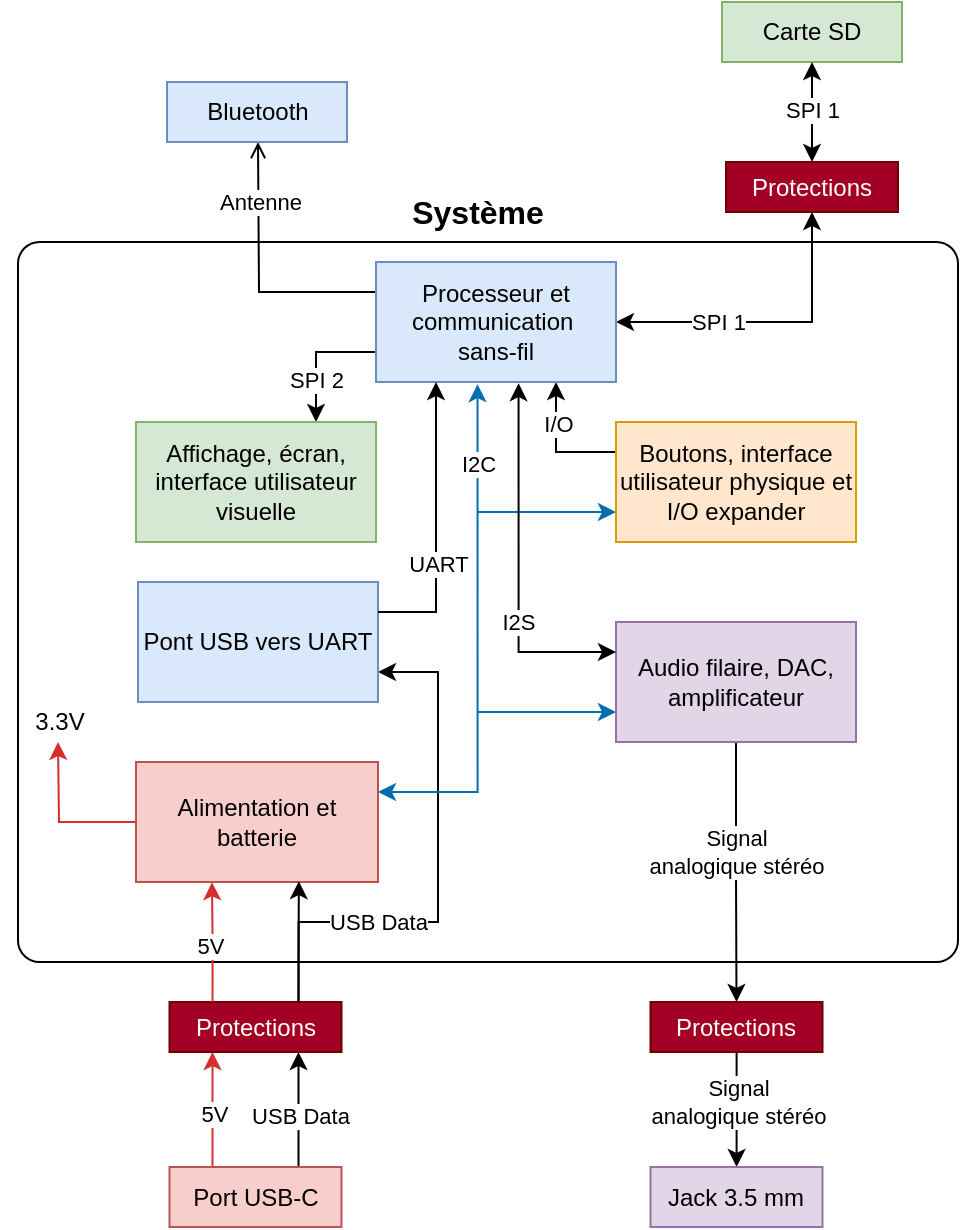
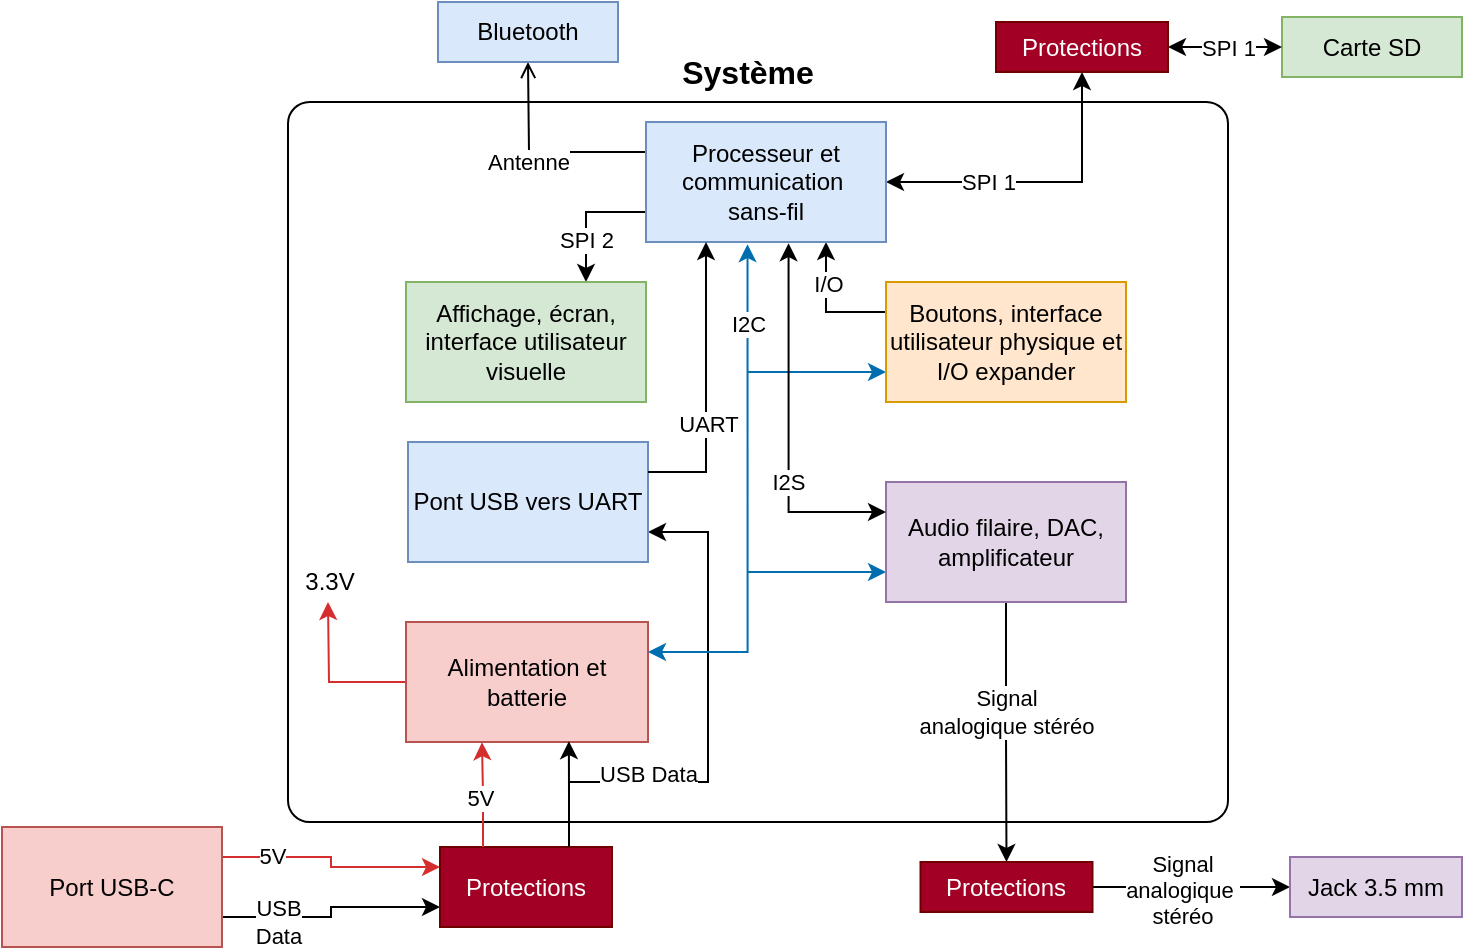
<mxfile host="app.diagrams.net" agent="Mozilla/5.0 (Windows NT 10.0; Win64; x64; rv:148.0) Gecko/20100101 Firefox/148.0">
  <diagram name="Page-1" id="Mp4qxl4u3dfNtDBe53xb">
    <mxGraphModel dx="1539" dy="701" grid="1" gridSize="10" guides="1" tooltips="1" connect="1" arrows="1" fold="1" page="1" pageScale="1" pageWidth="827" pageHeight="1169" math="0" shadow="0">
      <root>
        <mxCell id="0" />
        <mxCell id="1" parent="0" />
        <mxCell id="InfD0HFL66ZjcEA0G4re-41" parent="1" style="rounded=1;whiteSpace=wrap;html=1;arcSize=3;" value="" vertex="1">
          <mxGeometry height="360" width="470" x="183" y="340" as="geometry" />
        </mxCell>
-         <mxCell id="InfD0HFL66ZjcEA0G4re-17" edge="1" parent="1" source="mWaRPkYXV2c9awh6F8o4-3" style="edgeStyle=orthogonalEdgeStyle;rounded=0;orthogonalLoop=1;jettySize=auto;html=1;exitX=0.25;exitY=0;exitDx=0;exitDy=0;entryX=0.25;entryY=1;entryDx=0;entryDy=0;strokeColor=#D52E2E;" target="mWaRPkYXV2c9awh6F8o4-29">
+         <mxCell id="zYMX3MGjl0S8vz_TeQ27-14" edge="1" parent="1" source="mWaRPkYXV2c9awh6F8o4-3" style="edgeStyle=orthogonalEdgeStyle;rounded=0;orthogonalLoop=1;jettySize=auto;html=1;exitX=1;exitY=0.25;exitDx=0;exitDy=0;entryX=0;entryY=0.25;entryDx=0;entryDy=0;fillColor=#f8cecc;strokeColor=#D52E2E;" target="mWaRPkYXV2c9awh6F8o4-29">
          <mxGeometry relative="1" as="geometry" />
        </mxCell>
-         <mxCell id="InfD0HFL66ZjcEA0G4re-34" connectable="0" parent="InfD0HFL66ZjcEA0G4re-17" style="edgeLabel;html=1;align=center;verticalAlign=middle;resizable=0;points=[];" value="5V" vertex="1">
-           <mxGeometry relative="1" x="-0.073" y="-3" as="geometry">
-             <mxPoint x="-3" as="offset" />
+         <mxCell id="zYMX3MGjl0S8vz_TeQ27-16" connectable="0" parent="zYMX3MGjl0S8vz_TeQ27-14" style="edgeLabel;html=1;align=center;verticalAlign=middle;resizable=0;points=[];" value="5V" vertex="1">
+           <mxGeometry relative="1" x="-0.6169" y="-2" as="geometry">
+             <mxPoint x="3" y="-3" as="offset" />
          </mxGeometry>
        </mxCell>
-         <mxCell id="InfD0HFL66ZjcEA0G4re-18" edge="1" parent="1" source="mWaRPkYXV2c9awh6F8o4-3" style="edgeStyle=orthogonalEdgeStyle;rounded=0;orthogonalLoop=1;jettySize=auto;html=1;exitX=0.75;exitY=0;exitDx=0;exitDy=0;entryX=0.75;entryY=1;entryDx=0;entryDy=0;strokeColor=#000000;" target="mWaRPkYXV2c9awh6F8o4-29">
+         <mxCell id="zYMX3MGjl0S8vz_TeQ27-15" edge="1" parent="1" source="mWaRPkYXV2c9awh6F8o4-3" style="edgeStyle=orthogonalEdgeStyle;rounded=0;orthogonalLoop=1;jettySize=auto;html=1;exitX=1;exitY=0.75;exitDx=0;exitDy=0;entryX=0;entryY=0.75;entryDx=0;entryDy=0;" target="mWaRPkYXV2c9awh6F8o4-29">
          <mxGeometry relative="1" as="geometry" />
        </mxCell>
-         <mxCell id="InfD0HFL66ZjcEA0G4re-36" connectable="0" parent="InfD0HFL66ZjcEA0G4re-18" style="edgeLabel;html=1;align=center;verticalAlign=middle;resizable=0;points=[];" value="&lt;div&gt;USB Data&lt;/div&gt;" vertex="1">
-           <mxGeometry relative="1" x="-0.0896" as="geometry">
+         <mxCell id="zYMX3MGjl0S8vz_TeQ27-17" connectable="0" parent="zYMX3MGjl0S8vz_TeQ27-15" style="edgeLabel;html=1;align=center;verticalAlign=middle;resizable=0;points=[];" value="&lt;div&gt;USB&lt;/div&gt;&lt;div&gt;Data&lt;/div&gt;" vertex="1">
+           <mxGeometry relative="1" x="-0.505" y="-2" as="geometry">
            <mxPoint as="offset" />
          </mxGeometry>
        </mxCell>
        <mxCell id="mWaRPkYXV2c9awh6F8o4-3" parent="1" style="rounded=0;whiteSpace=wrap;html=1;fillColor=#f8cecc;strokeColor=#b85450;" value="Port USB-C" vertex="1">
-           <mxGeometry height="30" width="86" x="258.75" y="802.5" as="geometry" />
+           <mxGeometry height="60" width="110" x="40" y="702.5" as="geometry" />
        </mxCell>
        <mxCell id="InfD0HFL66ZjcEA0G4re-30" edge="1" parent="1" source="mWaRPkYXV2c9awh6F8o4-9" style="edgeStyle=orthogonalEdgeStyle;rounded=0;orthogonalLoop=1;jettySize=auto;html=1;exitX=0;exitY=0.5;exitDx=0;exitDy=0;strokeColor=#D52E2E;">
          <mxGeometry relative="1" as="geometry">
            <mxPoint x="203" y="590" as="targetPoint" />
          </mxGeometry>
        </mxCell>
        <mxCell id="mWaRPkYXV2c9awh6F8o4-9" parent="1" style="rounded=0;whiteSpace=wrap;html=1;fillColor=#f8cecc;strokeColor=#b85450;" value="Alimentation et batterie" vertex="1">
          <mxGeometry height="60" width="121" x="242" y="600" as="geometry" />
        </mxCell>
        <mxCell id="mWaRPkYXV2c9awh6F8o4-10" edge="1" parent="1" source="mWaRPkYXV2c9awh6F8o4-17" style="edgeStyle=orthogonalEdgeStyle;rounded=0;orthogonalLoop=1;jettySize=auto;html=1;exitX=0;exitY=0.25;exitDx=0;exitDy=0;endArrow=open;endFill=0;">
          <mxGeometry relative="1" as="geometry">
-             <mxPoint x="303" y="290" as="targetPoint" />
+             <mxPoint x="303" y="320" as="targetPoint" />
          </mxGeometry>
        </mxCell>
        <mxCell id="mWaRPkYXV2c9awh6F8o4-11" connectable="0" parent="mWaRPkYXV2c9awh6F8o4-10" style="edgeLabel;html=1;align=center;verticalAlign=middle;resizable=0;points=[];" value="&lt;div&gt;Antenne&lt;/div&gt;" vertex="1">
          <mxGeometry relative="1" x="0.3241" y="1" as="geometry">
-             <mxPoint x="1" y="-15" as="offset" />
+             <mxPoint y="15" as="offset" />
          </mxGeometry>
        </mxCell>
        <mxCell id="mWaRPkYXV2c9awh6F8o4-14" edge="1" parent="1" source="mWaRPkYXV2c9awh6F8o4-17" style="edgeStyle=orthogonalEdgeStyle;rounded=0;orthogonalLoop=1;jettySize=auto;html=1;exitX=0.75;exitY=1;exitDx=0;exitDy=0;entryX=0;entryY=0.25;entryDx=0;entryDy=0;startArrow=classic;startFill=1;endArrow=none;endFill=0;" target="mWaRPkYXV2c9awh6F8o4-19">
          <mxGeometry relative="1" as="geometry" />
        </mxCell>
        <mxCell id="InfD0HFL66ZjcEA0G4re-4" connectable="0" parent="mWaRPkYXV2c9awh6F8o4-14" style="edgeLabel;html=1;align=center;verticalAlign=middle;resizable=0;points=[];" value="I/O" vertex="1">
          <mxGeometry relative="1" x="-0.3549" y="1" as="geometry">
            <mxPoint as="offset" />
          </mxGeometry>
        </mxCell>
        <mxCell id="mWaRPkYXV2c9awh6F8o4-16" edge="1" parent="1" source="mWaRPkYXV2c9awh6F8o4-17" style="edgeStyle=orthogonalEdgeStyle;rounded=0;orthogonalLoop=1;jettySize=auto;html=1;exitX=1;exitY=0.5;exitDx=0;exitDy=0;entryX=0.5;entryY=1;entryDx=0;entryDy=0;strokeColor=#000000;startArrow=classic;startFill=1;" target="mWaRPkYXV2c9awh6F8o4-31">
          <mxGeometry relative="1" as="geometry" />
        </mxCell>
        <mxCell id="InfD0HFL66ZjcEA0G4re-1" connectable="0" parent="mWaRPkYXV2c9awh6F8o4-16" style="edgeLabel;html=1;align=center;verticalAlign=middle;resizable=0;points=[];" value="SPI 1" vertex="1">
          <mxGeometry relative="1" x="0.3219" y="2" as="geometry">
            <mxPoint x="-45" y="3" as="offset" />
          </mxGeometry>
        </mxCell>
        <mxCell id="InfD0HFL66ZjcEA0G4re-27" edge="1" parent="1" source="mWaRPkYXV2c9awh6F8o4-17" style="edgeStyle=orthogonalEdgeStyle;rounded=0;orthogonalLoop=1;jettySize=auto;html=1;exitX=0;exitY=0.75;exitDx=0;exitDy=0;entryX=0.75;entryY=0;entryDx=0;entryDy=0;" target="mWaRPkYXV2c9awh6F8o4-18">
          <mxGeometry relative="1" as="geometry" />
        </mxCell>
        <mxCell id="InfD0HFL66ZjcEA0G4re-28" connectable="0" parent="InfD0HFL66ZjcEA0G4re-27" style="edgeLabel;html=1;align=center;verticalAlign=middle;resizable=0;points=[];" value="SPI 2" vertex="1">
          <mxGeometry relative="1" x="0.3448" as="geometry">
            <mxPoint as="offset" />
          </mxGeometry>
        </mxCell>
        <mxCell id="mWaRPkYXV2c9awh6F8o4-17" parent="1" style="rounded=0;whiteSpace=wrap;html=1;fillColor=#dae8fc;strokeColor=#6c8ebf;" value="&lt;div&gt;Processeur et communication&amp;nbsp;&lt;/div&gt;&lt;div&gt;sans-fil&lt;/div&gt;" vertex="1">
          <mxGeometry height="60" width="120" x="362" y="350" as="geometry" />
        </mxCell>
        <mxCell id="mWaRPkYXV2c9awh6F8o4-18" parent="1" style="rounded=0;whiteSpace=wrap;html=1;fillColor=#d5e8d4;strokeColor=#82b366;" value="Affichage, écran, interface utilisateur visuelle" vertex="1">
          <mxGeometry height="60" width="120" x="242" y="430" as="geometry" />
        </mxCell>
        <mxCell id="zYMX3MGjl0S8vz_TeQ27-9" edge="1" parent="1" source="mWaRPkYXV2c9awh6F8o4-19" style="edgeStyle=orthogonalEdgeStyle;rounded=0;orthogonalLoop=1;jettySize=auto;html=1;exitX=0;exitY=0.75;exitDx=0;exitDy=0;startArrow=classic;startFill=1;endArrow=none;endFill=0;fillColor=#1ba1e2;strokeColor=#006EAF;">
          <mxGeometry relative="1" as="geometry">
            <mxPoint x="413" y="475" as="targetPoint" />
          </mxGeometry>
        </mxCell>
        <mxCell id="mWaRPkYXV2c9awh6F8o4-19" parent="1" style="rounded=0;whiteSpace=wrap;html=1;fillColor=#ffe6cc;strokeColor=#d79b00;" value="Boutons, interface utilisateur physique et I/O expander" vertex="1">
          <mxGeometry height="60" width="120" x="482" y="430" as="geometry" />
        </mxCell>
        <mxCell id="InfD0HFL66ZjcEA0G4re-32" edge="1" parent="1" source="mWaRPkYXV2c9awh6F8o4-22" style="edgeStyle=orthogonalEdgeStyle;rounded=0;orthogonalLoop=1;jettySize=auto;html=1;exitX=0.5;exitY=1;exitDx=0;exitDy=0;entryX=0.5;entryY=0;entryDx=0;entryDy=0;" target="mWaRPkYXV2c9awh6F8o4-33">
          <mxGeometry relative="1" as="geometry" />
        </mxCell>
        <mxCell id="InfD0HFL66ZjcEA0G4re-33" connectable="0" parent="InfD0HFL66ZjcEA0G4re-32" style="edgeLabel;html=1;align=center;verticalAlign=middle;resizable=0;points=[];" value="&lt;div&gt;Signal&lt;/div&gt;&lt;div&gt;analogique stéréo&lt;/div&gt;" vertex="1">
          <mxGeometry relative="1" x="-0.0581" as="geometry">
            <mxPoint y="-7" as="offset" />
          </mxGeometry>
        </mxCell>
        <mxCell id="zYMX3MGjl0S8vz_TeQ27-4" edge="1" parent="1" source="mWaRPkYXV2c9awh6F8o4-22" style="edgeStyle=orthogonalEdgeStyle;rounded=0;orthogonalLoop=1;jettySize=auto;html=1;exitX=0;exitY=0.75;exitDx=0;exitDy=0;endArrow=none;endFill=0;startArrow=classic;startFill=1;fillColor=#1ba1e2;strokeColor=#006EAF;">
          <mxGeometry relative="1" as="geometry">
            <mxPoint x="413" y="575" as="targetPoint" />
          </mxGeometry>
        </mxCell>
        <mxCell id="mWaRPkYXV2c9awh6F8o4-22" parent="1" style="rounded=0;whiteSpace=wrap;html=1;fillColor=#e1d5e7;strokeColor=#9673a6;" value="Audio filaire, DAC, amplificateur" vertex="1">
          <mxGeometry height="60" width="120" x="482" y="530" as="geometry" />
        </mxCell>
        <mxCell id="mWaRPkYXV2c9awh6F8o4-23" parent="1" style="rounded=0;whiteSpace=wrap;html=1;fillColor=#d5e8d4;strokeColor=#82b366;" value="Carte SD" vertex="1">
-           <mxGeometry height="30" width="90" x="535" y="220" as="geometry" />
+           <mxGeometry height="30" width="90" x="680" y="297.5" as="geometry" />
        </mxCell>
        <mxCell id="InfD0HFL66ZjcEA0G4re-22" edge="1" parent="1" source="mWaRPkYXV2c9awh6F8o4-29" style="edgeStyle=orthogonalEdgeStyle;rounded=0;orthogonalLoop=1;jettySize=auto;html=1;exitX=0.75;exitY=0;exitDx=0;exitDy=0;entryX=1;entryY=0.75;entryDx=0;entryDy=0;strokeColor=#000000;" target="InfD0HFL66ZjcEA0G4re-16">
          <mxGeometry relative="1" as="geometry">
            <Array as="points">
              <mxPoint x="323" y="680" />
              <mxPoint x="393" y="680" />
              <mxPoint x="393" y="555" />
            </Array>
          </mxGeometry>
        </mxCell>
        <mxCell id="InfD0HFL66ZjcEA0G4re-37" connectable="0" parent="InfD0HFL66ZjcEA0G4re-22" style="edgeLabel;html=1;align=center;verticalAlign=middle;resizable=0;points=[];" value="&lt;div&gt;USB Data&lt;/div&gt;" vertex="1">
          <mxGeometry relative="1" x="-0.0447" y="-1" as="geometry">
            <mxPoint x="-31" y="17" as="offset" />
          </mxGeometry>
        </mxCell>
        <mxCell id="mWaRPkYXV2c9awh6F8o4-29" parent="1" style="rounded=0;whiteSpace=wrap;html=1;fillColor=#a20025;fontColor=#ffffff;strokeColor=#6F0000;" value="Protections" vertex="1">
-           <mxGeometry height="25" width="86" x="258.75" y="720" as="geometry" />
+           <mxGeometry height="40" width="86" x="259" y="712.5" as="geometry" />
        </mxCell>
        <mxCell id="InfD0HFL66ZjcEA0G4re-42" edge="1" parent="1" source="mWaRPkYXV2c9awh6F8o4-31" style="edgeStyle=orthogonalEdgeStyle;rounded=0;orthogonalLoop=1;jettySize=auto;html=1;startArrow=classic;startFill=1;" target="mWaRPkYXV2c9awh6F8o4-23" value="">
          <mxGeometry relative="1" as="geometry" />
        </mxCell>
        <mxCell id="InfD0HFL66ZjcEA0G4re-43" connectable="0" parent="InfD0HFL66ZjcEA0G4re-42" style="edgeLabel;html=1;align=center;verticalAlign=middle;resizable=0;points=[];" value="SPI 1" vertex="1">
          <mxGeometry relative="1" x="0.4232" y="1" as="geometry">
-             <mxPoint x="1" y="9" as="offset" />
+             <mxPoint x="-11" y="1" as="offset" />
          </mxGeometry>
        </mxCell>
        <mxCell id="mWaRPkYXV2c9awh6F8o4-31" parent="1" style="rounded=0;whiteSpace=wrap;html=1;fillColor=#a20025;fontColor=#ffffff;strokeColor=#6F0000;" value="Protections" vertex="1">
          <mxGeometry height="25" width="86" x="537" y="300" as="geometry" />
        </mxCell>
-         <mxCell id="mWaRPkYXV2c9awh6F8o4-32" edge="1" parent="1" source="mWaRPkYXV2c9awh6F8o4-33" style="edgeStyle=orthogonalEdgeStyle;rounded=0;orthogonalLoop=1;jettySize=auto;html=1;fillColor=#d80073;strokeColor=#000000;" target="mWaRPkYXV2c9awh6F8o4-34" value="">
-           <mxGeometry relative="1" as="geometry">
-             <Array as="points">
-               <mxPoint x="542.25" y="752.5" />
-               <mxPoint x="542.25" y="752.5" />
-             </Array>
-           </mxGeometry>
+         <mxCell id="zYMX3MGjl0S8vz_TeQ27-18" edge="1" parent="1" source="mWaRPkYXV2c9awh6F8o4-33" style="edgeStyle=orthogonalEdgeStyle;rounded=0;orthogonalLoop=1;jettySize=auto;html=1;" target="mWaRPkYXV2c9awh6F8o4-34" value="">
+           <mxGeometry relative="1" as="geometry" />
        </mxCell>
-         <mxCell id="InfD0HFL66ZjcEA0G4re-8" connectable="0" parent="mWaRPkYXV2c9awh6F8o4-32" style="edgeLabel;html=1;align=center;verticalAlign=middle;resizable=0;points=[];" value="&lt;div&gt;Signal&lt;/div&gt;&lt;div&gt;analogique stéréo&lt;/div&gt;" vertex="1">
-           <mxGeometry relative="1" x="-0.1361" as="geometry">
-             <mxPoint as="offset" />
+         <mxCell id="zYMX3MGjl0S8vz_TeQ27-19" connectable="0" parent="zYMX3MGjl0S8vz_TeQ27-18" style="edgeLabel;html=1;align=center;verticalAlign=middle;resizable=0;points=[];" value="&lt;div&gt;Signal&lt;/div&gt;&lt;div&gt;analogique&amp;nbsp;&lt;/div&gt;&lt;div&gt;stéréo&lt;/div&gt;" vertex="1">
+           <mxGeometry relative="1" x="-0.2371" y="1" as="geometry">
+             <mxPoint x="7" y="2" as="offset" />
          </mxGeometry>
        </mxCell>
        <mxCell id="mWaRPkYXV2c9awh6F8o4-33" parent="1" style="rounded=0;whiteSpace=wrap;html=1;fillColor=#a20025;fontColor=#ffffff;strokeColor=#6F0000;rotation=0;" value="Protections" vertex="1">
          <mxGeometry height="25" width="86" x="499.25" y="720" as="geometry" />
        </mxCell>
        <mxCell id="mWaRPkYXV2c9awh6F8o4-34" parent="1" style="rounded=0;whiteSpace=wrap;html=1;fillColor=#e1d5e7;strokeColor=#9673a6;" value="Jack 3.5 mm" vertex="1">
-           <mxGeometry height="30" width="86" x="499.25" y="802.5" as="geometry" />
+           <mxGeometry height="30" width="86" x="684" y="717.5" as="geometry" />
        </mxCell>
        <mxCell id="InfD0HFL66ZjcEA0G4re-16" parent="1" style="rounded=0;whiteSpace=wrap;html=1;fillColor=#dae8fc;strokeColor=#6c8ebf;" value="&lt;div&gt;Pont USB vers UART&lt;/div&gt;" vertex="1">
          <mxGeometry height="60" width="120" x="243" y="510" as="geometry" />
        </mxCell>
        <mxCell id="InfD0HFL66ZjcEA0G4re-20" edge="1" parent="1" source="mWaRPkYXV2c9awh6F8o4-29" style="edgeStyle=orthogonalEdgeStyle;rounded=0;orthogonalLoop=1;jettySize=auto;html=1;exitX=0.25;exitY=0;exitDx=0;exitDy=0;entryX=0.314;entryY=1.002;entryDx=0;entryDy=0;entryPerimeter=0;strokeColor=#D52E2E;" target="mWaRPkYXV2c9awh6F8o4-9">
          <mxGeometry relative="1" as="geometry" />
        </mxCell>
        <mxCell id="InfD0HFL66ZjcEA0G4re-35" connectable="0" parent="InfD0HFL66ZjcEA0G4re-20" style="edgeLabel;html=1;align=center;verticalAlign=middle;resizable=0;points=[];" value="5V" vertex="1">
          <mxGeometry relative="1" x="-0.0698" y="2" as="geometry">
            <mxPoint as="offset" />
          </mxGeometry>
        </mxCell>
        <mxCell id="InfD0HFL66ZjcEA0G4re-23" edge="1" parent="1" source="InfD0HFL66ZjcEA0G4re-16" style="edgeStyle=orthogonalEdgeStyle;rounded=0;orthogonalLoop=1;jettySize=auto;html=1;exitX=1;exitY=0.25;exitDx=0;exitDy=0;entryX=0.25;entryY=1;entryDx=0;entryDy=0;fillColor=#dae8fc;strokeColor=#000000;" target="mWaRPkYXV2c9awh6F8o4-17">
          <mxGeometry relative="1" as="geometry">
            <mxPoint x="403" y="411" as="targetPoint" />
          </mxGeometry>
        </mxCell>
        <mxCell id="InfD0HFL66ZjcEA0G4re-38" connectable="0" parent="InfD0HFL66ZjcEA0G4re-23" style="edgeLabel;html=1;align=center;verticalAlign=middle;resizable=0;points=[];" value="UART" vertex="1">
          <mxGeometry relative="1" x="-0.3114" as="geometry">
            <mxPoint x="1" y="-4" as="offset" />
          </mxGeometry>
        </mxCell>
        <mxCell id="InfD0HFL66ZjcEA0G4re-24" edge="1" parent="1" source="mWaRPkYXV2c9awh6F8o4-22" style="edgeStyle=orthogonalEdgeStyle;rounded=0;orthogonalLoop=1;jettySize=auto;html=1;exitX=0;exitY=0.25;exitDx=0;exitDy=0;entryX=0.594;entryY=1.01;entryDx=0;entryDy=0;entryPerimeter=0;startArrow=classic;startFill=1;strokeColor=#000000;" target="mWaRPkYXV2c9awh6F8o4-17">
          <mxGeometry relative="1" as="geometry" />
        </mxCell>
        <mxCell id="InfD0HFL66ZjcEA0G4re-40" connectable="0" parent="InfD0HFL66ZjcEA0G4re-24" style="edgeLabel;html=1;align=center;verticalAlign=middle;resizable=0;points=[];" value="I2S" vertex="1">
          <mxGeometry relative="1" x="0.024" y="1" as="geometry">
            <mxPoint y="30" as="offset" />
          </mxGeometry>
        </mxCell>
        <mxCell id="InfD0HFL66ZjcEA0G4re-29" edge="1" parent="1" source="mWaRPkYXV2c9awh6F8o4-9" style="edgeStyle=orthogonalEdgeStyle;rounded=0;orthogonalLoop=1;jettySize=auto;html=1;exitX=1;exitY=0.25;exitDx=0;exitDy=0;entryX=0.423;entryY=1.018;entryDx=0;entryDy=0;entryPerimeter=0;strokeColor=#006EAF;startArrow=classic;startFill=1;fillColor=#1ba1e2;" target="mWaRPkYXV2c9awh6F8o4-17">
          <mxGeometry relative="1" as="geometry" />
        </mxCell>
        <mxCell id="InfD0HFL66ZjcEA0G4re-39" connectable="0" parent="InfD0HFL66ZjcEA0G4re-29" style="edgeLabel;html=1;align=center;verticalAlign=middle;resizable=0;points=[];" value="I2C" vertex="1">
          <mxGeometry relative="1" x="-0.3645" y="-2" as="geometry">
            <mxPoint x="-2" y="-134" as="offset" />
          </mxGeometry>
        </mxCell>
        <mxCell id="InfD0HFL66ZjcEA0G4re-31" parent="1" style="text;html=1;whiteSpace=wrap;strokeColor=none;fillColor=none;align=center;verticalAlign=middle;rounded=0;" value="3.3V" vertex="1">
          <mxGeometry height="30" width="60" x="174" y="565" as="geometry" />
        </mxCell>
        <mxCell id="1Toc3cIqXZPEAH0HjKzK-1" parent="1" style="text;html=1;whiteSpace=wrap;strokeColor=none;fillColor=none;align=center;verticalAlign=middle;rounded=0;fontStyle=1;fontSize=16;" value="Système" vertex="1">
          <mxGeometry height="30" width="60" x="383" y="310" as="geometry" />
        </mxCell>
        <mxCell id="zYMX3MGjl0S8vz_TeQ27-10" edge="1" parent="1" source="mWaRPkYXV2c9awh6F8o4-29" style="edgeStyle=orthogonalEdgeStyle;rounded=0;orthogonalLoop=1;jettySize=auto;html=1;exitX=0.75;exitY=0;exitDx=0;exitDy=0;entryX=0.673;entryY=0.993;entryDx=0;entryDy=0;entryPerimeter=0;" target="mWaRPkYXV2c9awh6F8o4-9">
          <mxGeometry relative="1" as="geometry" />
        </mxCell>
        <mxCell id="zYMX3MGjl0S8vz_TeQ27-12" parent="1" style="rounded=0;whiteSpace=wrap;html=1;fillColor=#dae8fc;strokeColor=#6c8ebf;" value="Bluetooth" vertex="1">
-           <mxGeometry height="30" width="90" x="257.5" y="260" as="geometry" />
+           <mxGeometry height="30" width="90" x="258" y="290" as="geometry" />
        </mxCell>
      </root>
    </mxGraphModel>
  </diagram>
</mxfile>
